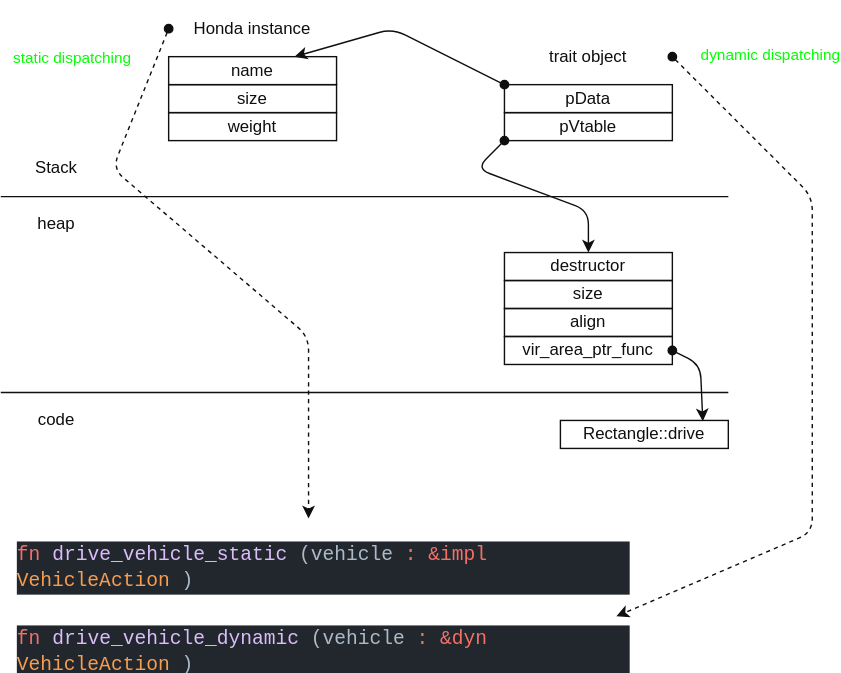
htgithub194/self-study keeps this draw.io diagram as docs/rust/trai_bound_and_dispatching/images/static_n_dynamic_dispatch.drawio.svg. Above is the earlier version. Source tidied: cells renumbered, new cells last; positions are measured from the earlier drawing's top-left corner, leaving out a move shared by most shapes.
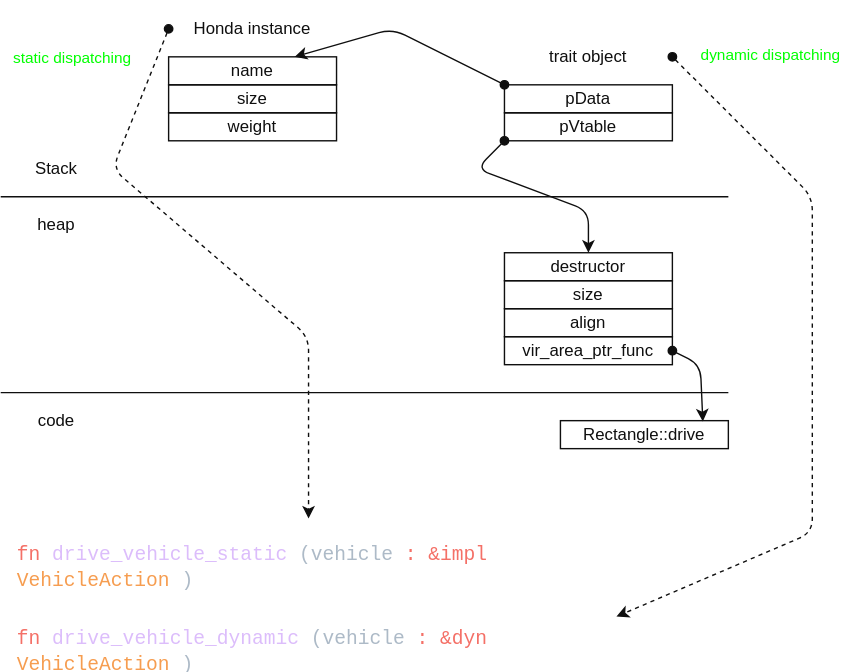
After the change.

The edit, as a diff of the source:
```diff
@@ -106,10 +106,10 @@
         <mxPoint y="-1" as="offset" />
       </mxGeometry>
     </mxCell>
-    <mxCell id="25" value="&lt;div style=&quot;color: rgb(173, 186, 199); background-color: rgb(34, 39, 46); font-family: Consolas, &amp;quot;Courier New&amp;quot;, monospace; font-weight: normal; font-size: 14px; line-height: 19px;&quot;&gt;&lt;div&gt;&lt;span style=&quot;color: #f47067;&quot;&gt;fn&lt;/span&gt;&lt;span style=&quot;color: #adbac7;&quot;&gt; &lt;/span&gt;&lt;span style=&quot;color: #dcbdfb;&quot;&gt;drive_vehicle_static&lt;/span&gt;&lt;span style=&quot;color: #adbac7;&quot;&gt;(vehicle&lt;/span&gt;&lt;span style=&quot;color: #f47067;&quot;&gt;:&lt;/span&gt;&lt;span style=&quot;color: #adbac7;&quot;&gt; &lt;/span&gt;&lt;span style=&quot;color: #f47067;&quot;&gt;&amp;amp;impl&lt;/span&gt;&lt;span style=&quot;color: #adbac7;&quot;&gt; &lt;/span&gt;&lt;span style=&quot;color: #f69d50;&quot;&gt;VehicleAction&lt;/span&gt;&lt;span style=&quot;color: #adbac7;&quot;&gt;)&lt;/span&gt;&lt;/div&gt;&lt;/div&gt;" style="text;whiteSpace=wrap;html=1;fontColor=#F0F0F0;" parent="1" vertex="1">
+    <mxCell id="25" value="&lt;div style=&quot;color: rgb(173, 186, 199); font-family: Consolas, &amp;quot;Courier New&amp;quot;, monospace; font-weight: normal; font-size: 14px; line-height: 19px;&quot;&gt;&lt;div&gt;&lt;span style=&quot;color: #f47067;&quot;&gt;fn&lt;/span&gt;&lt;span style=&quot;color: #adbac7;&quot;&gt; &lt;/span&gt;&lt;span style=&quot;color: #dcbdfb;&quot;&gt;drive_vehicle_static&lt;/span&gt;&lt;span style=&quot;color: #adbac7;&quot;&gt;(vehicle&lt;/span&gt;&lt;span style=&quot;color: #f47067;&quot;&gt;:&lt;/span&gt;&lt;span style=&quot;color: #adbac7;&quot;&gt; &lt;/span&gt;&lt;span style=&quot;color: #f47067;&quot;&gt;&amp;amp;impl&lt;/span&gt;&lt;span style=&quot;color: #adbac7;&quot;&gt; &lt;/span&gt;&lt;span style=&quot;color: #f69d50;&quot;&gt;VehicleAction&lt;/span&gt;&lt;span style=&quot;color: #adbac7;&quot;&gt;)&lt;/span&gt;&lt;/div&gt;&lt;/div&gt;" style="text;whiteSpace=wrap;html=1;fontColor=#F0F0F0;labelBackgroundColor=default;" parent="1" vertex="1">
       <mxGeometry x="10" y="380" width="440" height="40" as="geometry" />
     </mxCell>
-    <mxCell id="26" value="&lt;div style=&quot;color: rgb(173, 186, 199); background-color: rgb(34, 39, 46); font-family: Consolas, &amp;quot;Courier New&amp;quot;, monospace; font-weight: normal; font-size: 14px; line-height: 19px;&quot;&gt;&lt;div&gt;&lt;span style=&quot;color: #f47067;&quot;&gt;fn&lt;/span&gt;&lt;span style=&quot;color: #adbac7;&quot;&gt; &lt;/span&gt;&lt;span style=&quot;color: #dcbdfb;&quot;&gt;drive_vehicle_dynamic&lt;/span&gt;&lt;span style=&quot;color: #adbac7;&quot;&gt;(vehicle&lt;/span&gt;&lt;span style=&quot;color: #f47067;&quot;&gt;:&lt;/span&gt;&lt;span style=&quot;color: #adbac7;&quot;&gt; &lt;/span&gt;&lt;span style=&quot;color: #f47067;&quot;&gt;&amp;amp;dyn&lt;/span&gt;&lt;span style=&quot;color: #adbac7;&quot;&gt; &lt;/span&gt;&lt;span style=&quot;color: #f69d50;&quot;&gt;VehicleAction&lt;/span&gt;&lt;span style=&quot;color: #adbac7;&quot;&gt;)&lt;/span&gt;&lt;/div&gt;&lt;/div&gt;" style="text;whiteSpace=wrap;html=1;fontColor=#F0F0F0;" parent="1" vertex="1">
+    <mxCell id="26" value="&lt;div style=&quot;color: rgb(173, 186, 199); font-family: Consolas, &amp;quot;Courier New&amp;quot;, monospace; font-weight: normal; font-size: 14px; line-height: 19px;&quot;&gt;&lt;div&gt;&lt;span style=&quot;color: #f47067;&quot;&gt;fn&lt;/span&gt;&lt;span style=&quot;color: #adbac7;&quot;&gt; &lt;/span&gt;&lt;span style=&quot;color: #dcbdfb;&quot;&gt;drive_vehicle_dynamic&lt;/span&gt;&lt;span style=&quot;color: #adbac7;&quot;&gt;(vehicle&lt;/span&gt;&lt;span style=&quot;color: #f47067;&quot;&gt;:&lt;/span&gt;&lt;span style=&quot;color: #adbac7;&quot;&gt; &lt;/span&gt;&lt;span style=&quot;color: #f47067;&quot;&gt;&amp;amp;dyn&lt;/span&gt;&lt;span style=&quot;color: #adbac7;&quot;&gt; &lt;/span&gt;&lt;span style=&quot;color: #f69d50;&quot;&gt;VehicleAction&lt;/span&gt;&lt;span style=&quot;color: #adbac7;&quot;&gt;)&lt;/span&gt;&lt;/div&gt;&lt;/div&gt;" style="text;whiteSpace=wrap;html=1;fontColor=#F0F0F0;labelBackgroundColor=default;" parent="1" vertex="1">
       <mxGeometry x="10" y="440" width="440" height="40" as="geometry" />
     </mxCell>
   </root>
```
